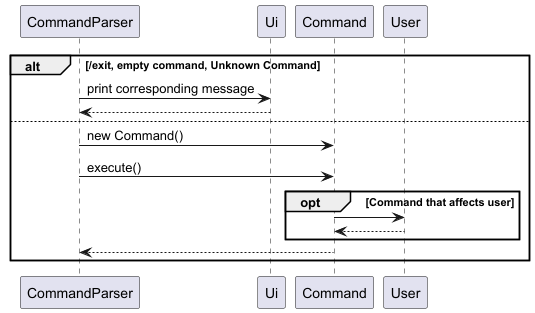
The PlantUML diagram docs/diagrams/successfulCommandSequence.png in itsjoelha/tp, before a commit. Source of this version:
```plantuml
@startuml
alt /exit, empty command, Unknown Command
    CommandParser -> Ui: print corresponding message
    Ui --> CommandParser
else
CommandParser -> Command: new Command()
CommandParser -> Command: execute()
    opt Command that affects user
        Command -> User
        User --> Command
    end
    Command --> CommandParser
end
@enduml
```
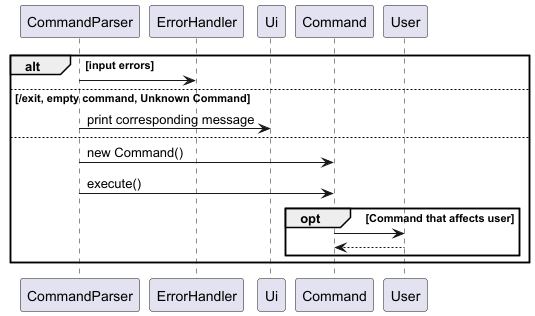
The same file after the commit.

Change to the diagram source:
```diff
@@ -1,7 +1,9 @@
 @startuml
-alt /exit, empty command, Unknown Command
+alt input errors
+    CommandParser -> ErrorHandler
+else /exit, empty command, Unknown Command
     CommandParser -> Ui: print corresponding message
-    Ui --> CommandParser
+
 else
 CommandParser -> Command: new Command()
 CommandParser -> Command: execute()
@@ -9,6 +11,5 @@
         Command -> User
         User --> Command
     end
-    Command --> CommandParser
 end
 @enduml
```
